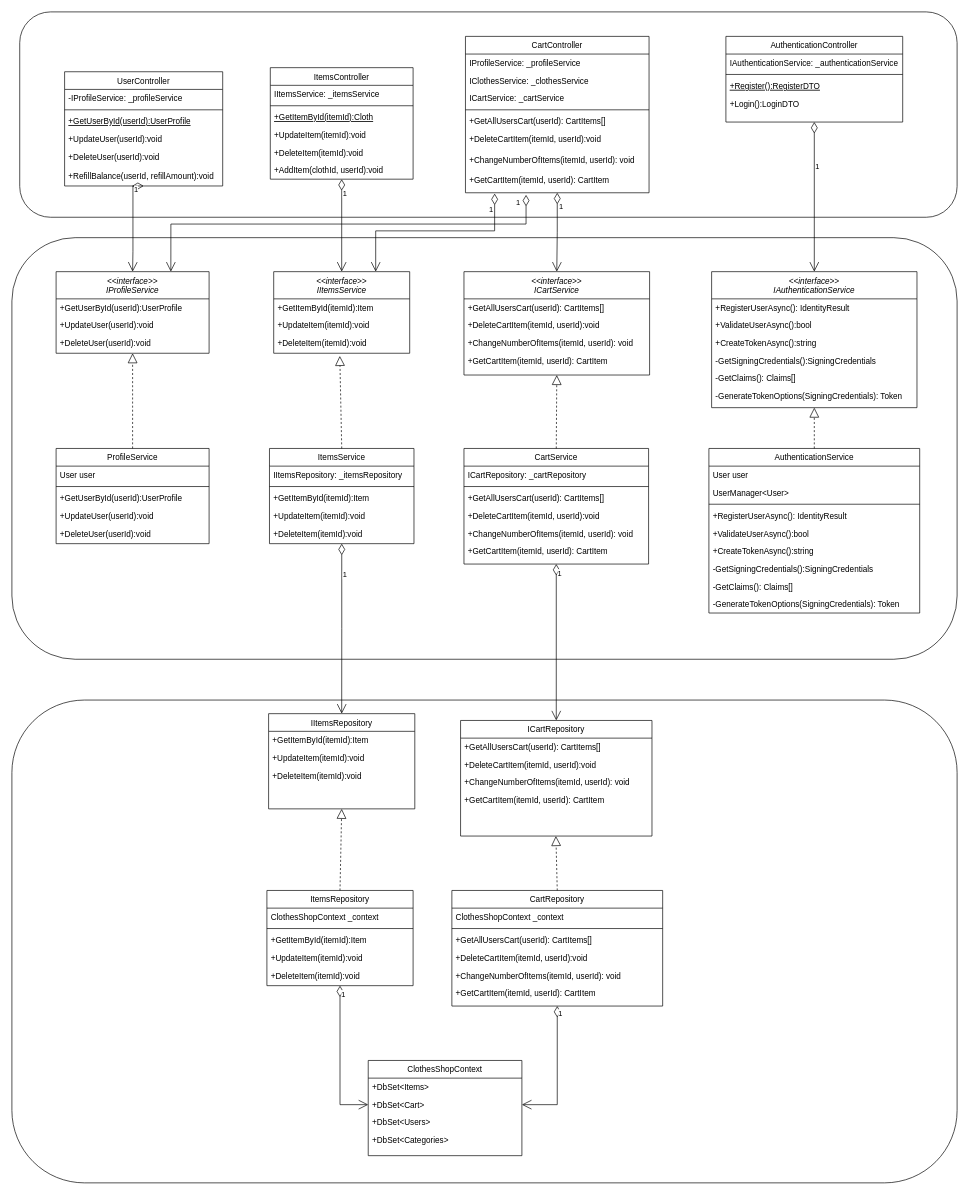
Before: Documentation/Class Diagram.drawio in OutOftheRange/Clothes_Shop, a draw.io diagram. Source tidied: cells renumbered, new cells numbered last; positions are measured from the earlier drawing's top-left corner, leaving out a move shared by most shapes. Both pictures are drawn from the tidied source at 68%, with x=0, y=0 at pixel (12, 12).
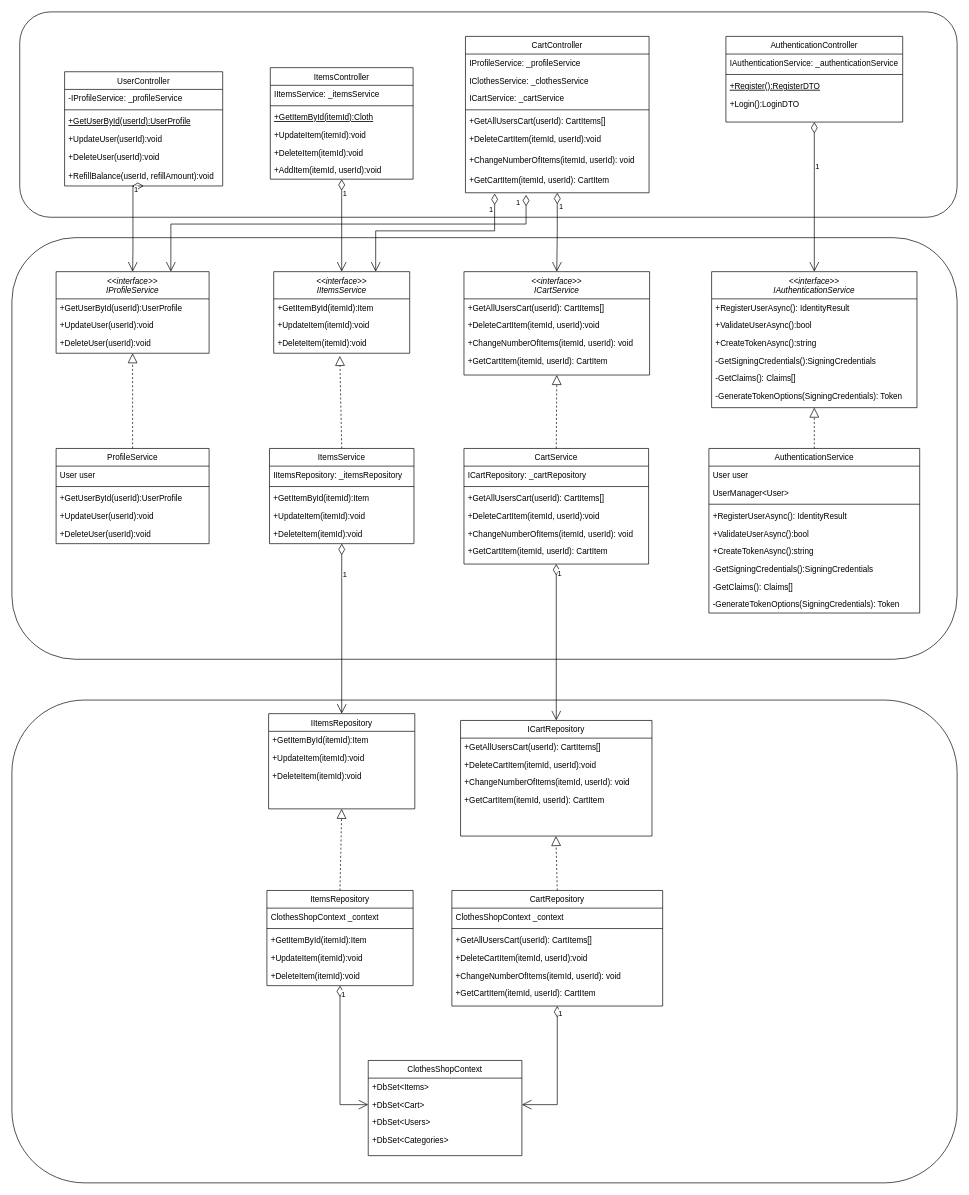
After the change.

The change refers to these unchanged cells:
```xml
<mxCell id="22" value="ItemsController" style="swimlane;fontStyle=0;align=center;verticalAlign=top;horizontal=1;startSize=26;rounded=0;shadow=0;strokeWidth=1;" parent="1" vertex="1">
  <mxGeometry x="380" y="82" width="210" height="164" as="geometry" />
</mxCell>
```

Change to the diagram source:
```diff
@@
-    <mxCell id="28" value="+AddItem(clothId, userId):void" style="text;align=left;verticalAlign=top;spacingLeft=4;spacingRight=4;overflow=hidden;" parent="22" vertex="1">
+    <mxCell id="28" value="+AddItem(itemId, userId):void" style="text;align=left;verticalAlign=top;spacingLeft=4;spacingRight=4;overflow=hidden;" parent="22" vertex="1">
       <mxGeometry y="138" width="210" height="26" as="geometry" />
     </mxCell>
```
